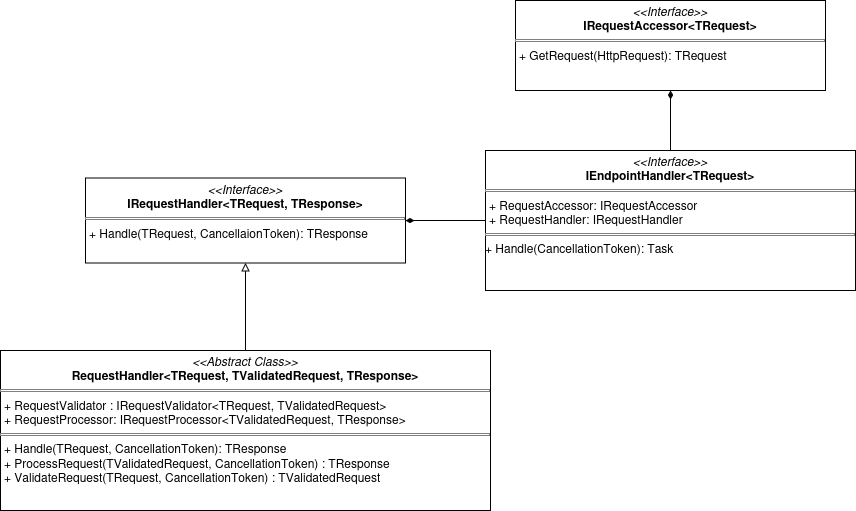
Before: doc/static/endpoint-architecture.png, a diagram exported from draw.io (jokk-itu/authserver-framework). Source tidied: cells renumbered, new cells last; positions are measured from the earlier drawing's top-left corner, leaving out a move shared by most shapes.
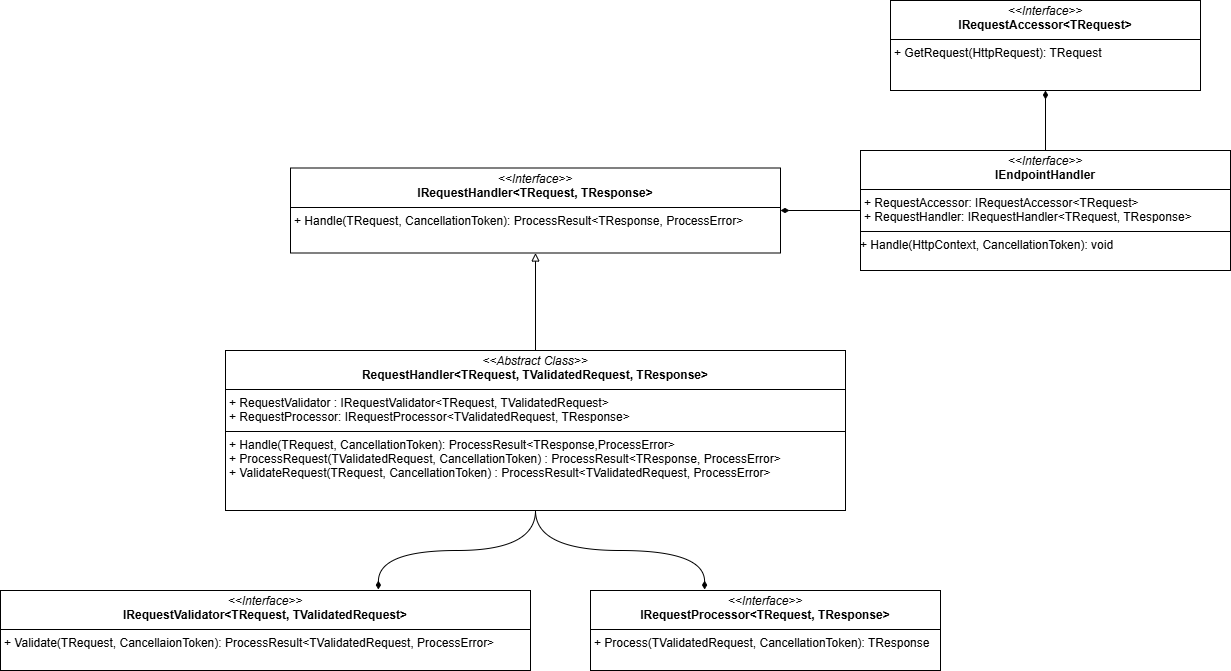
After the change.

Commit message:
update: endpoint architecture diagram

The edit, as a diff of the source:
```diff
@@ -5,8 +5,8 @@
     <mxCell id="2" value="&lt;p style=&quot;margin:0px;margin-top:4px;text-align:center;&quot;&gt;&lt;i&gt;&amp;lt;&amp;lt;Interface&amp;gt;&amp;gt;&lt;/i&gt;&lt;br&gt;&lt;b&gt;IRequestAccessor&amp;lt;TRequest&amp;gt;&lt;/b&gt;&lt;/p&gt;&lt;hr size=&quot;1&quot; style=&quot;border-style:solid;&quot;&gt;&lt;p style=&quot;margin:0px;margin-left:4px;&quot;&gt;+ GetRequest(HttpRequest): TRequest&lt;br&gt;&lt;/p&gt;" style="verticalAlign=top;align=left;overflow=fill;html=1;whiteSpace=wrap;" parent="1" vertex="1">
       <mxGeometry x="515" width="310" height="90" as="geometry" />
     </mxCell>
-    <mxCell id="3" value="&lt;p style=&quot;margin:0px;margin-top:4px;text-align:center;&quot;&gt;&lt;i&gt;&amp;lt;&amp;lt;Interface&amp;gt;&amp;gt;&lt;/i&gt;&lt;br&gt;&lt;b&gt;IRequestHandler&amp;lt;TRequest, TResponse&amp;gt;&lt;/b&gt;&lt;/p&gt;&lt;hr size=&quot;1&quot; style=&quot;border-style:solid;&quot;&gt;&lt;p style=&quot;margin:0px;margin-left:4px;&quot;&gt;+ Handle(TRequest, CancellaionToken): TResponse&lt;br&gt;&lt;/p&gt;" style="verticalAlign=top;align=left;overflow=fill;html=1;whiteSpace=wrap;" parent="1" vertex="1">
-      <mxGeometry x="85" y="177.5" width="320" height="85" as="geometry" />
+    <mxCell id="3" value="&lt;p style=&quot;margin:0px;margin-top:4px;text-align:center;&quot;&gt;&lt;i&gt;&amp;lt;&amp;lt;Interface&amp;gt;&amp;gt;&lt;/i&gt;&lt;br&gt;&lt;b&gt;IRequestHandler&amp;lt;TRequest, TResponse&amp;gt;&lt;/b&gt;&lt;/p&gt;&lt;hr size=&quot;1&quot; style=&quot;border-style:solid;&quot;&gt;&lt;p style=&quot;margin:0px;margin-left:4px;&quot;&gt;+ Handle(TRequest, CancellationToken): ProcessResult&amp;lt;TResponse, ProcessError&amp;gt;&lt;br&gt;&lt;/p&gt;" style="verticalAlign=top;align=left;overflow=fill;html=1;whiteSpace=wrap;" parent="1" vertex="1">
+      <mxGeometry x="-85" y="167.5" width="490" height="85" as="geometry" />
     </mxCell>
     <mxCell id="4" style="edgeStyle=orthogonalEdgeStyle;rounded=0;jettySize=auto;html=1;entryX=0.5;entryY=1;entryDx=0;entryDy=0;endArrow=diamondThin;endFill=1;" parent="1" edge="1" source="6" target="2">
       <mxGeometry relative="1" as="geometry" />
@@ -14,14 +14,26 @@
     <mxCell id="5" style="edgeStyle=orthogonalEdgeStyle;rounded=0;jettySize=auto;html=1;endArrow=diamondThin;endFill=1;" parent="1" edge="1" source="6" target="3">
       <mxGeometry relative="1" as="geometry" />
     </mxCell>
-    <mxCell id="6" value="&lt;p style=&quot;margin:0px;margin-top:4px;text-align:center;&quot;&gt;&lt;i&gt;&amp;lt;&amp;lt;Interface&amp;gt;&amp;gt;&lt;/i&gt;&lt;br&gt;&lt;b&gt;IEndpointHandler&amp;lt;TRequest&amp;gt;&lt;/b&gt;&lt;/p&gt;&lt;p style=&quot;margin:0px;margin-top:4px;text-align:center;&quot;&gt;&lt;/p&gt;&lt;hr size=&quot;1&quot; style=&quot;border-style:solid;&quot;&gt;&lt;p style=&quot;margin:0px;margin-left:4px;&quot;&gt;+ RequestAccessor: IRequestAccessor&lt;/p&gt;&lt;p style=&quot;margin:0px;margin-left:4px;&quot;&gt;+ RequestHandler: IRequestHandler&lt;br&gt;&lt;/p&gt;&lt;hr size=&quot;1&quot; style=&quot;border-style:solid;&quot;&gt;&lt;div&gt;+ Handle(CancellationToken): Task&lt;/div&gt;" style="verticalAlign=top;align=left;overflow=fill;html=1;whiteSpace=wrap;" parent="1" vertex="1">
-      <mxGeometry x="485" y="150" width="370" height="140" as="geometry" />
+    <mxCell id="6" value="&lt;p style=&quot;margin:0px;margin-top:4px;text-align:center;&quot;&gt;&lt;i&gt;&amp;lt;&amp;lt;Interface&amp;gt;&amp;gt;&lt;/i&gt;&lt;br&gt;&lt;b&gt;IEndpointHandler&lt;/b&gt;&lt;/p&gt;&lt;p style=&quot;margin:0px;margin-top:4px;text-align:center;&quot;&gt;&lt;/p&gt;&lt;hr size=&quot;1&quot; style=&quot;border-style:solid;&quot;&gt;&lt;p style=&quot;margin:0px;margin-left:4px;&quot;&gt;+ RequestAccessor: IRequestAccessor&amp;lt;TRequest&amp;gt;&lt;/p&gt;&lt;p style=&quot;margin:0px;margin-left:4px;&quot;&gt;+ RequestHandler: IRequestHandler&amp;lt;TRequest, TResponse&amp;gt;&lt;br&gt;&lt;/p&gt;&lt;hr size=&quot;1&quot; style=&quot;border-style:solid;&quot;&gt;&lt;div&gt;+ Handle(HttpContext, CancellationToken): void&lt;/div&gt;" style="verticalAlign=top;align=left;overflow=fill;html=1;whiteSpace=wrap;" parent="1" vertex="1">
+      <mxGeometry x="485" y="150" width="370" height="120" as="geometry" />
     </mxCell>
     <mxCell id="7" style="edgeStyle=orthogonalEdgeStyle;rounded=0;jettySize=auto;html=1;endArrow=block;endFill=0;" parent="1" edge="1" source="8" target="3">
       <mxGeometry relative="1" as="geometry" />
     </mxCell>
-    <mxCell id="8" value="&lt;p style=&quot;margin:0px;margin-top:4px;text-align:center;&quot;&gt;&lt;i&gt;&amp;lt;&amp;lt;Abstract Class&amp;gt;&amp;gt;&lt;/i&gt;&lt;br&gt;&lt;b&gt;RequestHandler&amp;lt;TRequest, TValidatedRequest, TResponse&amp;gt;&lt;/b&gt;&lt;/p&gt;&lt;p style=&quot;margin:0px;margin-top:4px;text-align:center;&quot;&gt;&lt;/p&gt;&lt;hr size=&quot;1&quot; style=&quot;border-style:solid;&quot;&gt;&lt;p style=&quot;margin:0px;margin-left:4px;&quot;&gt;+ RequestValidator : IRequestValidator&amp;lt;TRequest, TValidatedRequest&amp;gt;&lt;/p&gt;&lt;p style=&quot;margin:0px;margin-left:4px;&quot;&gt;+ RequestProcessor: IRequestProcessor&amp;lt;TValidatedRequest, TResponse&amp;gt;&lt;br&gt;&lt;/p&gt;&lt;hr size=&quot;1&quot; style=&quot;border-style:solid;&quot;&gt;&lt;p style=&quot;margin:0px;margin-left:4px;&quot;&gt;+ Handle(TRequest, CancellationToken): TResponse&lt;br&gt;+ ProcessRequest(TValidatedRequest, CancellationToken) : TResponse&lt;br&gt;&lt;/p&gt;&lt;p style=&quot;margin:0px;margin-left:4px;&quot;&gt;+ ValidateRequest(TRequest, CancellationToken) : TValidatedRequest&lt;br&gt;&lt;/p&gt;" style="verticalAlign=top;align=left;overflow=fill;html=1;whiteSpace=wrap;" parent="1" vertex="1">
-      <mxGeometry y="350" width="490" height="160" as="geometry" />
+    <mxCell id="8" value="&lt;p style=&quot;margin:0px;margin-top:4px;text-align:center;&quot;&gt;&lt;i&gt;&amp;lt;&amp;lt;Abstract Class&amp;gt;&amp;gt;&lt;/i&gt;&lt;br&gt;&lt;b&gt;RequestHandler&amp;lt;TRequest, TValidatedRequest, TResponse&amp;gt;&lt;/b&gt;&lt;/p&gt;&lt;p style=&quot;margin:0px;margin-top:4px;text-align:center;&quot;&gt;&lt;/p&gt;&lt;hr size=&quot;1&quot; style=&quot;border-style:solid;&quot;&gt;&lt;p style=&quot;margin:0px;margin-left:4px;&quot;&gt;+ RequestValidator : IRequestValidator&amp;lt;TRequest, TValidatedRequest&amp;gt;&lt;/p&gt;&lt;p style=&quot;margin:0px;margin-left:4px;&quot;&gt;+ RequestProcessor: IRequestProcessor&amp;lt;TValidatedRequest, TResponse&amp;gt;&lt;br&gt;&lt;/p&gt;&lt;hr size=&quot;1&quot; style=&quot;border-style:solid;&quot;&gt;&lt;p style=&quot;margin:0px;margin-left:4px;&quot;&gt;+ Handle(TRequest, CancellationToken): ProcessResult&amp;lt;TResponse,ProcessError&amp;gt;&lt;br&gt;+ ProcessRequest(TValidatedRequest, CancellationToken) : ProcessResult&amp;lt;TResponse, ProcessError&amp;gt;&lt;br&gt;&lt;/p&gt;&lt;p style=&quot;margin:0px;margin-left:4px;&quot;&gt;+ ValidateRequest(TRequest, CancellationToken) : ProcessResult&amp;lt;TValidatedRequest, ProcessErr&lt;span style=&quot;background-color: initial;&quot;&gt;or&amp;gt;&lt;/span&gt;&lt;/p&gt;" style="verticalAlign=top;align=left;overflow=fill;html=1;whiteSpace=wrap;" parent="1" vertex="1">
+      <mxGeometry x="-150" y="350" width="620" height="160" as="geometry" />
     </mxCell>
+    <mxCell id="9" value="&lt;p style=&quot;margin:0px;margin-top:4px;text-align:center;&quot;&gt;&lt;i&gt;&amp;lt;&amp;lt;Interface&amp;gt;&amp;gt;&lt;/i&gt;&lt;br&gt;&lt;b&gt;IRequestProcessor&amp;lt;TRequest, TResponse&amp;gt;&lt;/b&gt;&lt;/p&gt;&lt;hr size=&quot;1&quot; style=&quot;border-style:solid;&quot;&gt;&lt;p style=&quot;margin:0px;margin-left:4px;&quot;&gt;+ Process(TValidatedRequest, CancellationToken): TResponse&lt;br&gt;&lt;/p&gt;" style="verticalAlign=top;align=left;overflow=fill;html=1;whiteSpace=wrap;" parent="1" vertex="1">
+      <mxGeometry x="215" y="590" width="350" height="80" as="geometry" />
+    </mxCell>
+    <mxCell id="10" value="&lt;p style=&quot;margin:0px;margin-top:4px;text-align:center;&quot;&gt;&lt;i&gt;&amp;lt;&amp;lt;Interface&amp;gt;&amp;gt;&lt;/i&gt;&lt;br&gt;&lt;b&gt;IRequestValidator&amp;lt;TRequest, TValidatedRequest&amp;gt;&lt;/b&gt;&lt;/p&gt;&lt;hr size=&quot;1&quot; style=&quot;border-style:solid;&quot;&gt;&lt;p style=&quot;margin:0px;margin-left:4px;&quot;&gt;+ Validate(TRequest, CancellaionToken): ProcessResult&amp;lt;TValidatedRequest, ProcessError&amp;gt;&lt;br&gt;&lt;/p&gt;" style="verticalAlign=top;align=left;overflow=fill;html=1;whiteSpace=wrap;" parent="1" vertex="1">
+      <mxGeometry x="-375" y="590" width="530" height="80" as="geometry" />
+    </mxCell>
+    <mxCell id="11" style="edgeStyle=orthogonalEdgeStyle;rounded=0;jettySize=auto;html=1;entryX=0.713;entryY=-0.012;entryDx=0;entryDy=0;entryPerimeter=0;curved=1;endArrow=diamondThin;endFill=1;" parent="1" edge="1" source="8" target="10">
+      <mxGeometry relative="1" as="geometry" />
+    </mxCell>
+    <mxCell id="12" style="edgeStyle=orthogonalEdgeStyle;rounded=0;jettySize=auto;html=1;entryX=0.326;entryY=-0.012;entryDx=0;entryDy=0;entryPerimeter=0;endArrow=diamondThin;endFill=1;curved=1;" parent="1" edge="1" source="8" target="9">
+      <mxGeometry relative="1" as="geometry" />
+    </mxCell>
   </root>
 </mxGraphModel>
```
